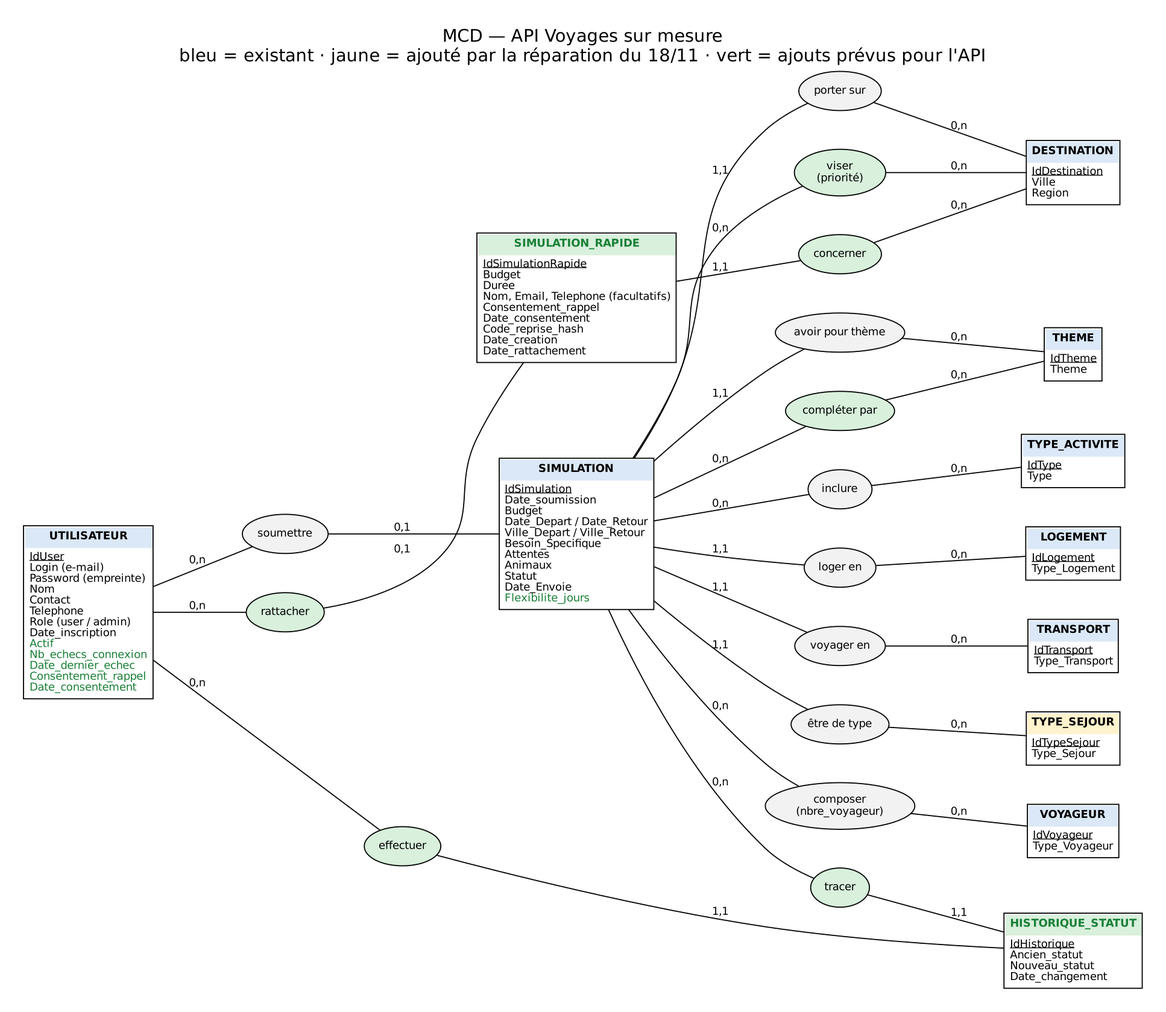
Earlier version of the Graphviz export docs/conception/01-mcd.png (jakevlt/api-voyages-sur-mesure). Its source is kept beside it as docs/conception/sources/01-mcd.dot.
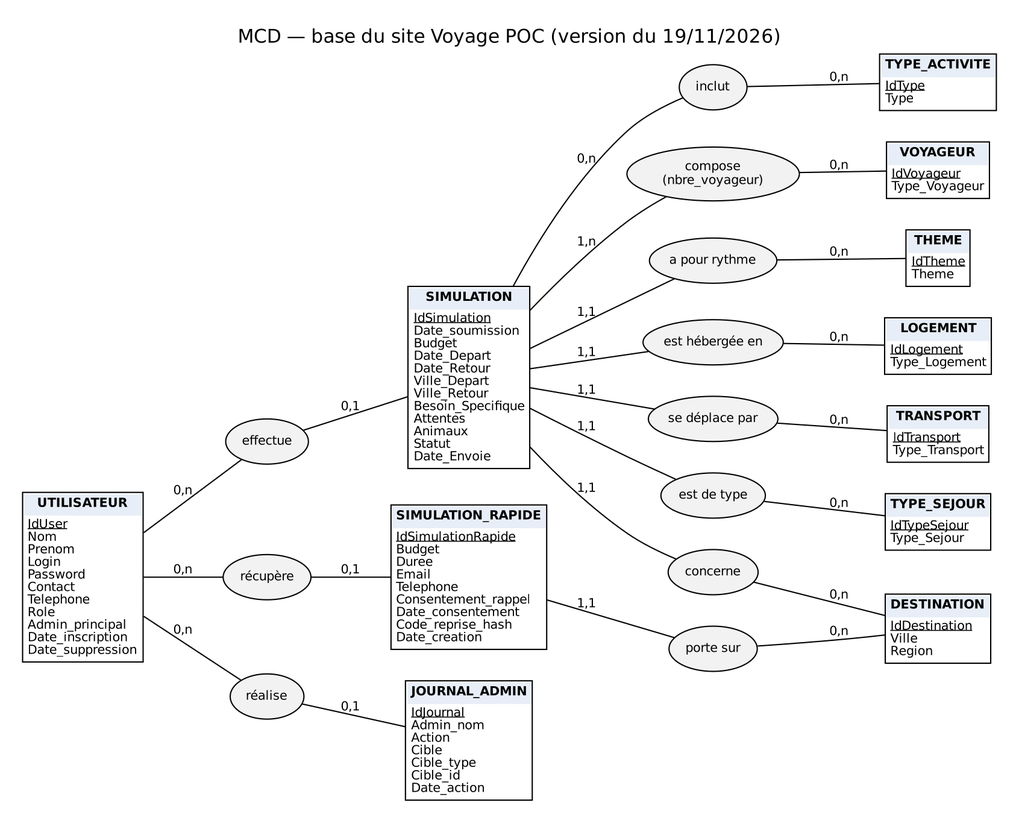
After the change.

Change to the diagram source:
```diff
@@ -1,49 +1,31 @@
 graph MCD {
-  graph [fontname="DejaVu Sans", rankdir=LR, splines=true, nodesep=0.5, ranksep=0.9, label="MCD — API Voyages sur mesure\nbleu = existant · jaune = ajouté par la réparation du 18/11 · vert = ajouts prévus pour l'API", labelloc=t, fontsize=16, pad=0.3];
-  node [fontname="DejaVu Sans", fontsize=10];
+  graph [fontname="DejaVu Sans", rankdir=LR, nodesep=0.35, ranksep=0.65, label="MCD — base du site Voyage POC (version du 19/11/2026)", labelloc=t, fontsize=15, pad=0.25];
+  node [fontname="DejaVu Sans", fontsize=10, shape=plain];
   edge [fontname="DejaVu Sans", fontsize=10];
-
-  node [shape=plain];
-  UTILISATEUR [label=<<table border="1" cellborder="0" cellspacing="0" cellpadding="4"><tr><td bgcolor="#dbe8f7"><b>UTILISATEUR</b></td></tr><tr><td align="left"><u>IdUser</u><br align="left"/>Login (e-mail)<br align="left"/>Password (empreinte)<br align="left"/>Nom<br align="left"/>Contact<br align="left"/>Telephone<br align="left"/>Role (user / admin)<br align="left"/>Date_inscription<br align="left"/><font color="#1a7f37">Actif</font><br align="left"/><font color="#1a7f37">Nb_echecs_connexion</font><br align="left"/><font color="#1a7f37">Date_dernier_echec</font><br align="left"/><font color="#1a7f37">Consentement_rappel</font><br align="left"/><font color="#1a7f37">Date_consentement</font><br align="left"/></td></tr></table>>];
-  SIMULATION [label=<<table border="1" cellborder="0" cellspacing="0" cellpadding="4"><tr><td bgcolor="#dbe8f7"><b>SIMULATION</b></td></tr><tr><td align="left"><u>IdSimulation</u><br align="left"/>Date_soumission<br align="left"/>Budget<br align="left"/>Date_Depart / Date_Retour<br align="left"/>Ville_Depart / Ville_Retour<br align="left"/>Besoin_Specifique<br align="left"/>Attentes<br align="left"/>Animaux<br align="left"/>Statut<br align="left"/>Date_Envoie<br align="left"/><font color="#1a7f37">Flexibilite_jours</font><br align="left"/></td></tr></table>>];
-  SIMULATION_RAPIDE [label=<<table border="1" cellborder="0" cellspacing="0" cellpadding="4"><tr><td bgcolor="#d8f0dc"><b><font color="#1a7f37">SIMULATION_RAPIDE</font></b></td></tr><tr><td align="left"><u>IdSimulationRapide</u><br align="left"/>Budget<br align="left"/>Duree<br align="left"/>Nom, Email, Telephone (facultatifs)<br align="left"/>Consentement_rappel<br align="left"/>Date_consentement<br align="left"/>Code_reprise_hash<br align="left"/>Date_creation<br align="left"/>Date_rattachement<br align="left"/></td></tr></table>>];
-  HISTORIQUE_STATUT [label=<<table border="1" cellborder="0" cellspacing="0" cellpadding="4"><tr><td bgcolor="#d8f0dc"><b><font color="#1a7f37">HISTORIQUE_STATUT</font></b></td></tr><tr><td align="left"><u>IdHistorique</u><br align="left"/>Ancien_statut<br align="left"/>Nouveau_statut<br align="left"/>Date_changement<br align="left"/></td></tr></table>>];
-  DESTINATION [label=<<table border="1" cellborder="0" cellspacing="0" cellpadding="4"><tr><td bgcolor="#dbe8f7"><b>DESTINATION</b></td></tr><tr><td align="left"><u>IdDestination</u><br align="left"/>Ville<br align="left"/>Region<br align="left"/></td></tr></table>>];
-  THEME [label=<<table border="1" cellborder="0" cellspacing="0" cellpadding="4"><tr><td bgcolor="#dbe8f7"><b>THEME</b></td></tr><tr><td align="left"><u>IdTheme</u><br align="left"/>Theme<br align="left"/></td></tr></table>>];
-  TYPE_ACTIVITE [label=<<table border="1" cellborder="0" cellspacing="0" cellpadding="4"><tr><td bgcolor="#dbe8f7"><b>TYPE_ACTIVITE</b></td></tr><tr><td align="left"><u>IdType</u><br align="left"/>Type<br align="left"/></td></tr></table>>];
-  LOGEMENT [label=<<table border="1" cellborder="0" cellspacing="0" cellpadding="4"><tr><td bgcolor="#dbe8f7"><b>LOGEMENT</b></td></tr><tr><td align="left"><u>IdLogement</u><br align="left"/>Type_Logement<br align="left"/></td></tr></table>>];
-  TRANSPORT [label=<<table border="1" cellborder="0" cellspacing="0" cellpadding="4"><tr><td bgcolor="#dbe8f7"><b>TRANSPORT</b></td></tr><tr><td align="left"><u>IdTransport</u><br align="left"/>Type_Transport<br align="left"/></td></tr></table>>];
-  TYPE_SEJOUR [label=<<table border="1" cellborder="0" cellspacing="0" cellpadding="4"><tr><td bgcolor="#fff3cd"><b>TYPE_SEJOUR</b></td></tr><tr><td align="left"><u>IdTypeSejour</u><br align="left"/>Type_Sejour<br align="left"/></td></tr></table>>];
-  VOYAGEUR [label=<<table border="1" cellborder="0" cellspacing="0" cellpadding="4"><tr><td bgcolor="#dbe8f7"><b>VOYAGEUR</b></td></tr><tr><td align="left"><u>IdVoyageur</u><br align="left"/>Type_Voyageur<br align="left"/></td></tr></table>>];
-
+  UTILISATEUR [label=<<table border="1" cellborder="0" cellspacing="0" cellpadding="3"><tr><td bgcolor="#e8eef7"><b>UTILISATEUR</b></td></tr><tr><td align="left"><u>IdUser</u><br align="left"/>Nom<br align="left"/>Prenom<br align="left"/>Login<br align="left"/>Password<br align="left"/>Contact<br align="left"/>Telephone<br align="left"/>Role<br align="left"/>Admin_principal<br align="left"/>Date_inscription<br align="left"/>Date_suppression<br align="left"/></td></tr></table>>];
+  SIMULATION [label=<<table border="1" cellborder="0" cellspacing="0" cellpadding="3"><tr><td bgcolor="#e8eef7"><b>SIMULATION</b></td></tr><tr><td align="left"><u>IdSimulation</u><br align="left"/>Date_soumission<br align="left"/>Budget<br align="left"/>Date_Depart<br align="left"/>Date_Retour<br align="left"/>Ville_Depart<br align="left"/>Ville_Retour<br align="left"/>Besoin_Specifique<br align="left"/>Attentes<br align="left"/>Animaux<br align="left"/>Statut<br align="left"/>Date_Envoie<br align="left"/></td></tr></table>>];
+  DESTINATION [label=<<table border="1" cellborder="0" cellspacing="0" cellpadding="3"><tr><td bgcolor="#e8eef7"><b>DESTINATION</b></td></tr><tr><td align="left"><u>IdDestination</u><br align="left"/>Ville<br align="left"/>Region<br align="left"/></td></tr></table>>];
+  THEME [label=<<table border="1" cellborder="0" cellspacing="0" cellpadding="3"><tr><td bgcolor="#e8eef7"><b>THEME</b></td></tr><tr><td align="left"><u>IdTheme</u><br align="left"/>Theme<br align="left"/></td></tr></table>>];
+  LOGEMENT [label=<<table border="1" cellborder="0" cellspacing="0" cellpadding="3"><tr><td bgcolor="#e8eef7"><b>LOGEMENT</b></td></tr><tr><td align="left"><u>IdLogement</u><br align="left"/>Type_Logement<br align="left"/></td></tr></table>>];
+  TRANSPORT [label=<<table border="1" cellborder="0" cellspacing="0" cellpadding="3"><tr><td bgcolor="#e8eef7"><b>TRANSPORT</b></td></tr><tr><td align="left"><u>IdTransport</u><br align="left"/>Type_Transport<br align="left"/></td></tr></table>>];
+  TYPE_SEJOUR [label=<<table border="1" cellborder="0" cellspacing="0" cellpadding="3"><tr><td bgcolor="#e8eef7"><b>TYPE_SEJOUR</b></td></tr><tr><td align="left"><u>IdTypeSejour</u><br align="left"/>Type_Sejour<br align="left"/></td></tr></table>>];
+  TYPE_ACTIVITE [label=<<table border="1" cellborder="0" cellspacing="0" cellpadding="3"><tr><td bgcolor="#e8eef7"><b>TYPE_ACTIVITE</b></td></tr><tr><td align="left"><u>IdType</u><br align="left"/>Type<br align="left"/></td></tr></table>>];
+  VOYAGEUR [label=<<table border="1" cellborder="0" cellspacing="0" cellpadding="3"><tr><td bgcolor="#e8eef7"><b>VOYAGEUR</b></td></tr><tr><td align="left"><u>IdVoyageur</u><br align="left"/>Type_Voyageur<br align="left"/></td></tr></table>>];
+  SIMULATION_RAPIDE [label=<<table border="1" cellborder="0" cellspacing="0" cellpadding="3"><tr><td bgcolor="#e8eef7"><b>SIMULATION_RAPIDE</b></td></tr><tr><td align="left"><u>IdSimulationRapide</u><br align="left"/>Budget<br align="left"/>Duree<br align="left"/>Email<br align="left"/>Telephone<br align="left"/>Consentement_rappel<br align="left"/>Date_consentement<br align="left"/>Code_reprise_hash<br align="left"/>Date_creation<br align="left"/></td></tr></table>>];
+  JOURNAL_ADMIN [label=<<table border="1" cellborder="0" cellspacing="0" cellpadding="3"><tr><td bgcolor="#e8eef7"><b>JOURNAL_ADMIN</b></td></tr><tr><td align="left"><u>IdJournal</u><br align="left"/>Admin_nom<br align="left"/>Action<br align="left"/>Cible<br align="left"/>Cible_type<br align="left"/>Cible_id<br align="left"/>Date_action<br align="left"/></td></tr></table>>];
   node [shape=ellipse, style=filled, fillcolor="#f2f2f2"];
-  soumettre [label="soumettre"];
-  porter_sur [label="porter sur"];
-  avoir_theme [label="avoir pour thème"];
-  inclure_type [label="inclure"];
-  loger [label="loger en"];
-  voyager [label="voyager en"];
-  etre_de_type [label="être de type"];
-  composer [label="composer\n(nbre_voyageur)"];
-  prioriser [label="viser\n(priorité)", fillcolor="#d8f0dc"];
-  completer_theme [label="compléter par", fillcolor="#d8f0dc"];
-  rattacher [label="rattacher", fillcolor="#d8f0dc"];
-  viser_rapide [label="concerner", fillcolor="#d8f0dc"];
-  tracer [label="tracer", fillcolor="#d8f0dc"];
-  effectuer [label="effectuer", fillcolor="#d8f0dc"];
-
-  UTILISATEUR -- soumettre [label="0,n"]; soumettre -- SIMULATION [label="0,1"];
-  SIMULATION -- porter_sur [label="1,1"]; porter_sur -- DESTINATION [label="0,n"];
-  SIMULATION -- avoir_theme [label="1,1"]; avoir_theme -- THEME [label="0,n"];
-  SIMULATION -- inclure_type [label="0,n"]; inclure_type -- TYPE_ACTIVITE [label="0,n"];
-  SIMULATION -- loger [label="1,1"]; loger -- LOGEMENT [label="0,n"];
-  SIMULATION -- voyager [label="1,1"]; voyager -- TRANSPORT [label="0,n"];
-  SIMULATION -- etre_de_type [label="1,1"]; etre_de_type -- TYPE_SEJOUR [label="0,n"];
-  SIMULATION -- composer [label="0,n"]; composer -- VOYAGEUR [label="0,n"];
-  SIMULATION -- prioriser [label="0,n"]; prioriser -- DESTINATION [label="0,n"];
-  SIMULATION -- completer_theme [label="0,n"]; completer_theme -- THEME [label="0,n"];
-  UTILISATEUR -- rattacher [label="0,n"]; rattacher -- SIMULATION_RAPIDE [label="0,1"];
-  SIMULATION_RAPIDE -- viser_rapide [label="1,1"]; viser_rapide -- DESTINATION [label="0,n"];
-  SIMULATION -- tracer [label="0,n"]; tracer -- HISTORIQUE_STATUT [label="1,1"];
-  UTILISATEUR -- effectuer [label="0,n"]; effectuer -- HISTORIQUE_STATUT [label="1,1"];
+  effectue [label="effectue"]; concerne [label="concerne"]; rythme [label="a pour rythme"]; heberge [label="est hébergée en"];
+  deplace [label="se déplace par"]; etre [label="est de type"]; inclut [label="inclut"];
+  compose [label="compose\n(nbre_voyageur)"]; porte [label="porte sur"]; realise [label="réalise"]; recupere [label="récupère"];
+  UTILISATEUR -- effectue [label="0,n"]; effectue -- SIMULATION [label="0,1"];
+  SIMULATION -- concerne [label="1,1"]; concerne -- DESTINATION [label="0,n"];
+  SIMULATION -- rythme [label="1,1"]; rythme -- THEME [label="0,n"];
+  SIMULATION -- heberge [label="1,1"]; heberge -- LOGEMENT [label="0,n"];
+  SIMULATION -- deplace [label="1,1"]; deplace -- TRANSPORT [label="0,n"];
+  SIMULATION -- etre [label="1,1"]; etre -- TYPE_SEJOUR [label="0,n"];
+  SIMULATION -- inclut [label="0,n"]; inclut -- TYPE_ACTIVITE [label="0,n"];
+  SIMULATION -- compose [label="1,n"]; compose -- VOYAGEUR [label="0,n"];
+  SIMULATION_RAPIDE -- porte [label="1,1"]; porte -- DESTINATION [label="0,n"];
+  UTILISATEUR -- recupere [label="0,n"]; recupere -- SIMULATION_RAPIDE [label="0,1"];
+  UTILISATEUR -- realise [label="0,n"]; realise -- JOURNAL_ADMIN [label="0,1"];
 }
```
